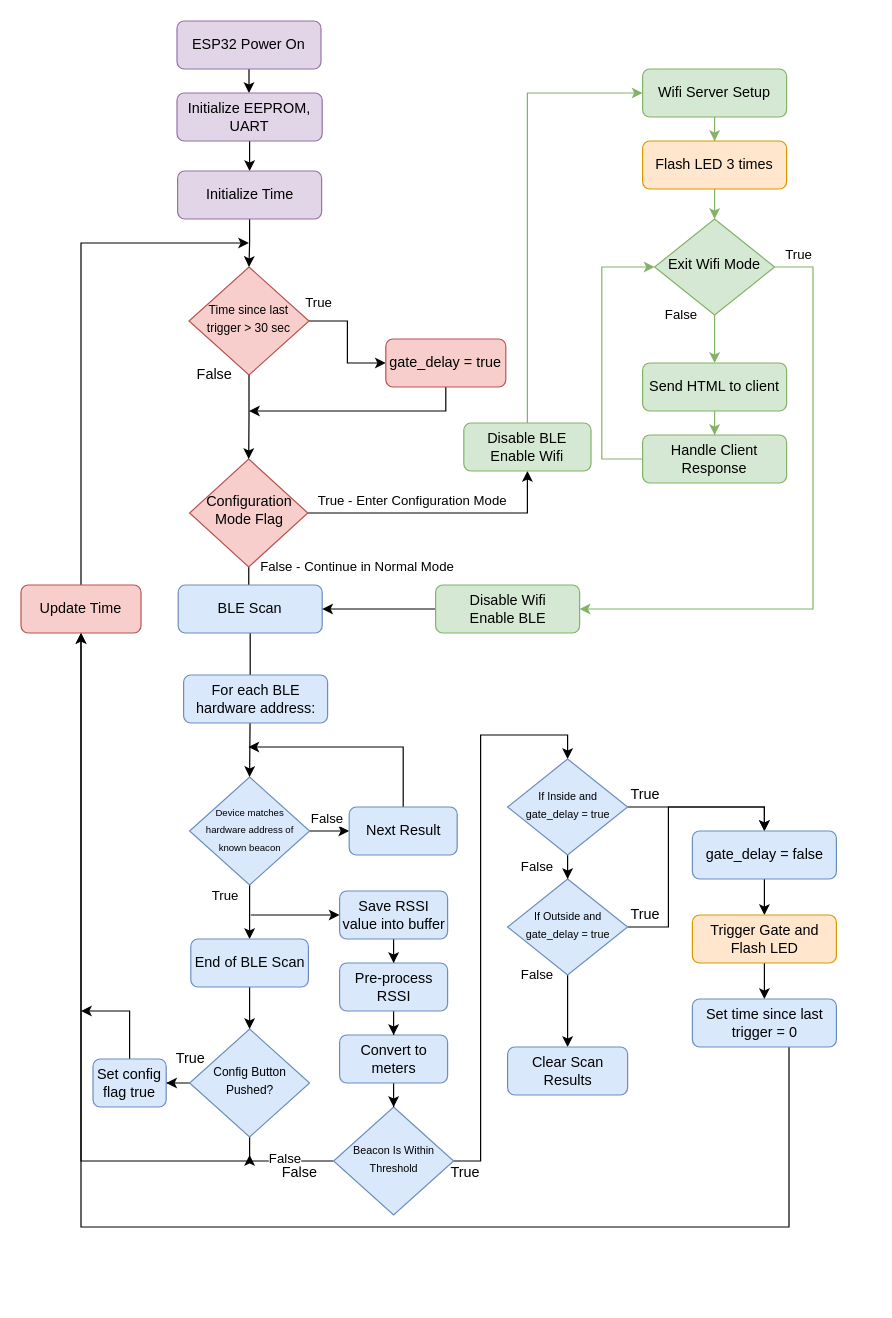
This is flow_diagrams/Untitled Diagram.drawio from adojang/Tarentaal_X, a draw.io file, before an edit. Source tidied: cells renumbered, new cells numbered last; positions are measured from the earlier drawing's top-left corner, leaving out a move shared by most shapes. Both pictures are drawn from the tidied source at 120%, with x=0, y=0 at pixel (20, 20).
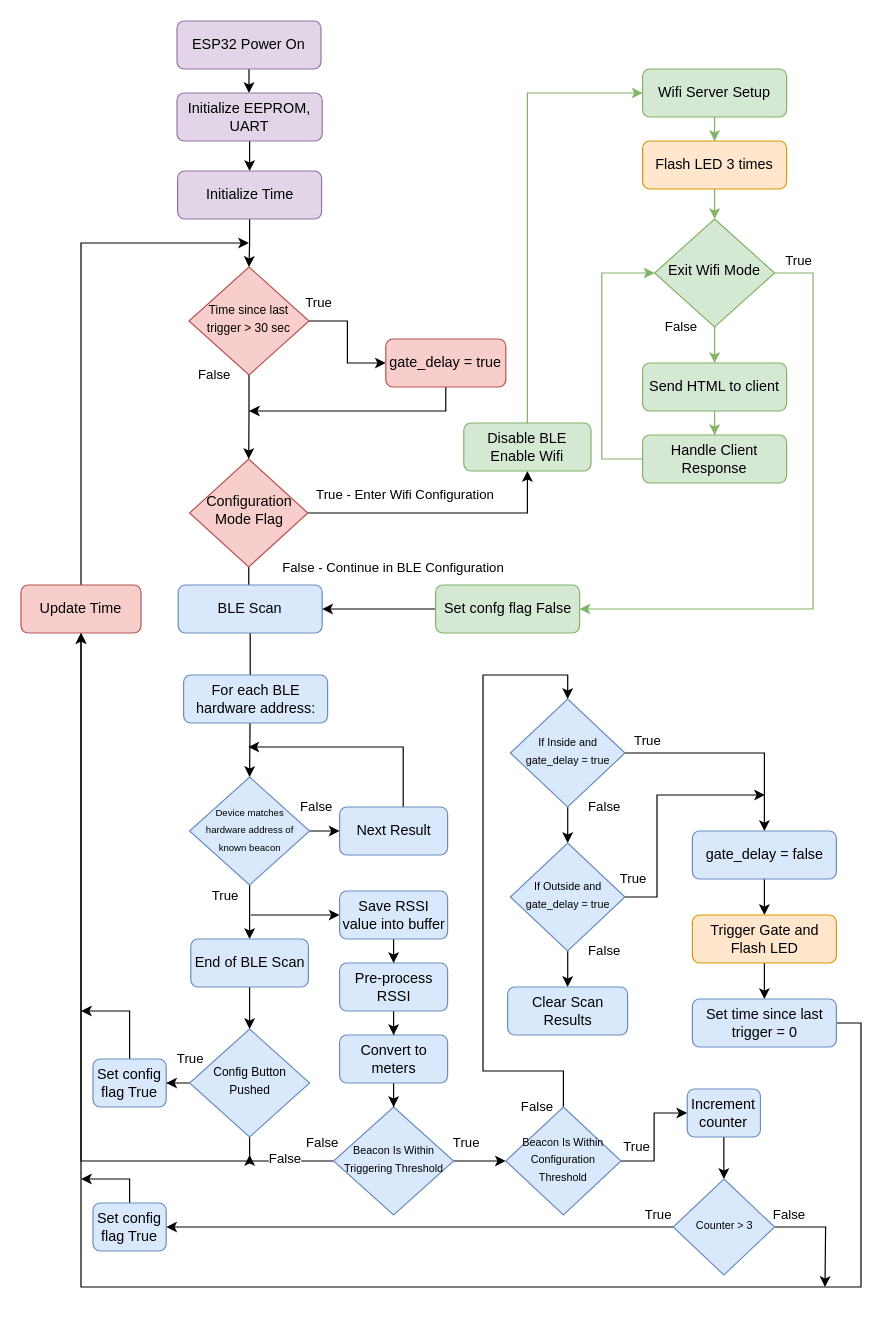
The same page after the edit.

Unchanged cells that the change refers to:
```xml
<mxCell id="6" value="Configuration Mode Flag" style="rhombus;whiteSpace=wrap;html=1;shadow=0;fontFamily=Helvetica;fontSize=12;align=center;strokeWidth=1;spacing=6;spacingTop=-4;fillColor=#f8cecc;strokeColor=#b85450;" parent="1" vertex="1">
  <mxGeometry x="140.5" y="365" width="98.5" height="90" as="geometry" />
</mxCell>
<mxCell id="9" value="&lt;font style=&quot;font-size: 8px&quot;&gt;Device matches hardware address of known beacon&lt;/font&gt;" style="rhombus;whiteSpace=wrap;html=1;shadow=0;fontFamily=Helvetica;fontSize=12;align=center;strokeWidth=1;spacing=6;spacingTop=-4;fillColor=#dae8fc;strokeColor=#6c8ebf;" parent="1" vertex="1">
  <mxGeometry x="140.5" y="630" width="100" height="90" as="geometry" />
</mxCell>
<mxCell id="11" value="BLE Scan" style="rounded=1;whiteSpace=wrap;html=1;fontSize=12;glass=0;strokeWidth=1;shadow=0;fillColor=#dae8fc;strokeColor=#6c8ebf;" parent="1" vertex="1">
  <mxGeometry x="131" y="470" width="120" height="40" as="geometry" />
</mxCell>
<mxCell id="16" value="&lt;span style=&quot;font-size: 10px&quot;&gt;Time since last trigger &amp;gt; 30 sec&lt;br&gt;&lt;/span&gt;" style="rhombus;whiteSpace=wrap;html=1;shadow=0;fontFamily=Helvetica;fontSize=12;align=center;strokeWidth=1;spacing=6;spacingTop=-4;fillColor=#f8cecc;strokeColor=#b85450;" parent="1" vertex="1">
  <mxGeometry x="140" y="205" width="100" height="90" as="geometry" />
</mxCell>
<mxCell id="20" value="Disable BLE&lt;br&gt;Enable Wifi" style="rounded=1;whiteSpace=wrap;html=1;fontSize=12;glass=0;strokeWidth=1;shadow=0;fillColor=#d5e8d4;strokeColor=#82b366;" parent="1" vertex="1">
  <mxGeometry x="369" y="335" width="106" height="40" as="geometry" />
</mxCell>
<mxCell id="42" value="gate_delay = false" style="rounded=1;whiteSpace=wrap;html=1;fontSize=12;glass=0;strokeWidth=1;shadow=0;fillColor=#dae8fc;strokeColor=#6c8ebf;" parent="1" vertex="1">
  <mxGeometry x="559.5" y="675" width="120" height="40" as="geometry" />
</mxCell>
<mxCell id="51" value="Handle Client Response" style="rounded=1;whiteSpace=wrap;html=1;fontSize=12;glass=0;strokeWidth=1;shadow=0;fillColor=#d5e8d4;strokeColor=#82b366;" parent="1" vertex="1">
  <mxGeometry x="518" y="345" width="120" height="40" as="geometry" />
</mxCell>
<mxCell id="68" value="Update Time" style="rounded=1;whiteSpace=wrap;html=1;fontSize=12;glass=0;strokeWidth=1;shadow=0;fillColor=#f8cecc;strokeColor=#b85450;" parent="1" vertex="1">
  <mxGeometry y="470" width="100" height="40" as="geometry" />
</mxCell>
<mxCell id="70" value="Set time since last trigger = 0" style="rounded=1;whiteSpace=wrap;html=1;fontSize=12;glass=0;strokeWidth=1;shadow=0;fillColor=#dae8fc;strokeColor=#6c8ebf;" parent="1" vertex="1">
  <mxGeometry x="559.5" y="815" width="120" height="40" as="geometry" />
</mxCell>
```

The edit, as a diff of the source:
```diff
@@
-    <mxCell id="4" value="False - Continue in Normal Mode" style="edgeStyle=orthogonalEdgeStyle;rounded=0;jettySize=auto;html=1;endArrow=classic;endFill=1;entryX=0.5;entryY=0;entryDx=0;entryDy=0;" parent="1" edge="1" source="6" target="11">
-      <mxGeometry x="1" y="-90" relative="1" as="geometry">
-        <mxPoint x="-1" y="-15" as="offset" />
+    <mxCell id="4" value="False - Continue in BLE Configuration" style="edgeStyle=orthogonalEdgeStyle;rounded=0;jettySize=auto;html=1;endArrow=classic;endFill=1;entryX=0.5;entryY=0;entryDx=0;entryDy=0;" parent="1" edge="1" source="6" target="11">
+      <mxGeometry x="1" y="-120" relative="1" as="geometry">
+        <mxPoint x="-1" y="-14" as="offset" />
       </mxGeometry>
     </mxCell>
-    <mxCell id="5" value="True - Enter Configuration Mode" style="edgeStyle=orthogonalEdgeStyle;rounded=0;jettySize=auto;html=1;endArrow=classic;endFill=1;" parent="1" edge="1" source="6" target="20">
-      <mxGeometry x="-0.2" y="10" relative="1" as="geometry">
+    <mxCell id="5" value="True - Enter Wifi Configuration" style="edgeStyle=orthogonalEdgeStyle;rounded=0;jettySize=auto;html=1;endArrow=classic;endFill=1;" parent="1" edge="1" source="6" target="20">
+      <mxGeometry x="-0.26" y="15" relative="1" as="geometry">
         <Array as="points">
           <mxPoint x="422" y="410" />
         </Array>
       </mxGeometry>
     </mxCell>
@@
     <mxCell id="7" value="False" style="edgeStyle=orthogonalEdgeStyle;rounded=0;jettySize=auto;html=1;entryX=0;entryY=0.5;entryDx=0;entryDy=0;endArrow=classic;endFill=1;" parent="1" edge="1" source="9" target="23">
-      <mxGeometry x="0.2" y="10" relative="1" as="geometry" />
+      <mxGeometry x="0.27" y="20" relative="1" as="geometry" />
     </mxCell>
@@
-    <mxCell id="15" value="False" style="edgeStyle=orthogonalEdgeStyle;rounded=0;sketch=0;jettySize=auto;html=1;entryX=0.5;entryY=0;entryDx=0;entryDy=0;shadow=0;fontSize=12;fontColor=#000000;startArrow=none;startFill=0;endArrow=classic;endFill=1;strokeColor=#000000;strokeWidth=1;" parent="1" edge="1" source="16" target="6">
+    <mxCell id="15" value="False" style="edgeStyle=orthogonalEdgeStyle;rounded=0;sketch=0;jettySize=auto;html=1;entryX=0.5;entryY=0;entryDx=0;entryDy=0;shadow=0;fontSize=11;fontColor=#000000;startArrow=none;startFill=0;endArrow=classic;endFill=1;strokeColor=#000000;strokeWidth=1;" parent="1" edge="1" source="16" target="6">
       <mxGeometry x="-1" y="-29" relative="1" as="geometry" />
     </mxCell>
@@
     <mxCell id="23" value="Next Result" style="rounded=1;whiteSpace=wrap;html=1;fontSize=12;glass=0;strokeWidth=1;shadow=0;fillColor=#dae8fc;strokeColor=#6c8ebf;" parent="1" vertex="1">
-      <mxGeometry x="273.5" y="655" width="90" height="40" as="geometry" />
+      <mxGeometry x="265.5" y="655" width="90" height="40" as="geometry" />
     </mxCell>
@@
-    <mxCell id="27" value="True" style="edgeStyle=orthogonalEdgeStyle;rounded=0;sketch=0;jettySize=auto;html=1;entryX=0.5;entryY=0;entryDx=0;entryDy=0;shadow=0;fontSize=12;fontColor=#000000;startArrow=none;startFill=0;endArrow=classic;endFill=1;strokeColor=#000000;strokeWidth=1;" parent="1" edge="1" source="29" target="37">
-      <mxGeometry x="-0.96" y="-10" relative="1" as="geometry" />
-    </mxCell>
-    <mxCell id="28" value="False" style="edgeStyle=orthogonalEdgeStyle;rounded=0;sketch=0;jettySize=auto;html=1;shadow=0;fontSize=12;fontColor=#000000;startArrow=none;startFill=0;endArrow=classic;endFill=1;strokeColor=#000000;strokeWidth=1;entryX=0.5;entryY=1;entryDx=0;entryDy=0;" parent="1" edge="1" source="29" target="68">
-      <mxGeometry x="-0.91" y="10" relative="1" as="geometry">
+    <mxCell id="28" value="False" style="edgeStyle=orthogonalEdgeStyle;rounded=0;sketch=0;jettySize=auto;html=1;shadow=0;fontSize=11;fontColor=#000000;startArrow=none;startFill=0;endArrow=classic;endFill=1;strokeColor=#000000;strokeWidth=1;entryX=0.5;entryY=1;entryDx=0;entryDy=0;" parent="1" edge="1" source="29" target="68">
+      <mxGeometry x="-0.97" y="-15" relative="1" as="geometry">
         <Array as="points">
           <mxPoint x="50" y="950" />
         </Array>
       </mxGeometry>
     </mxCell>
+    <mxCell id="71" value="True" style="edgeStyle=orthogonalEdgeStyle;rounded=0;jettySize=auto;html=1;entryX=0;entryY=0.5;entryDx=0;entryDy=0;" parent="1" edge="1" source="29" target="76">
+      <mxGeometry x="-0.56" y="15" relative="1" as="geometry" />
+    </mxCell>
-    <mxCell id="29" value="&lt;font style=&quot;font-size: 9px&quot;&gt;Beacon Is Within Threshold&lt;/font&gt;" style="rhombus;whiteSpace=wrap;html=1;shadow=0;fontFamily=Helvetica;fontSize=12;align=center;strokeWidth=1;spacing=6;spacingTop=-4;fillColor=#dae8fc;strokeColor=#6c8ebf;" parent="1" vertex="1">
+    <mxCell id="29" value="&lt;font style=&quot;font-size: 9px&quot;&gt;Beacon Is Within Triggering Threshold&lt;/font&gt;" style="rhombus;whiteSpace=wrap;html=1;shadow=0;fontFamily=Helvetica;fontSize=12;align=center;strokeWidth=1;spacing=6;spacingTop=-4;fillColor=#dae8fc;strokeColor=#6c8ebf;" parent="1" vertex="1">
       <mxGeometry x="260.5" y="905" width="100" height="90" as="geometry" />
     </mxCell>
-    <mxCell id="30" value="True" style="edgeStyle=orthogonalEdgeStyle;rounded=0;sketch=0;jettySize=auto;html=1;entryX=1;entryY=0.5;entryDx=0;entryDy=0;shadow=0;fontSize=12;fontColor=#000000;startArrow=none;startFill=0;endArrow=classic;endFill=1;strokeColor=#000000;strokeWidth=1;" parent="1" edge="1" source="32" target="34">
+    <mxCell id="30" value="True" style="edgeStyle=orthogonalEdgeStyle;rounded=0;sketch=0;jettySize=auto;html=1;entryX=1;entryY=0.5;entryDx=0;entryDy=0;shadow=0;fontSize=11;fontColor=#000000;startArrow=none;startFill=0;endArrow=classic;endFill=1;strokeColor=#000000;strokeWidth=1;" parent="1" edge="1" source="32" target="34">
       <mxGeometry x="0.37" y="-20" relative="1" as="geometry" />
     </mxCell>
@@
-    <mxCell id="32" value="&lt;font size=&quot;1&quot;&gt;Config Button Pushed?&lt;/font&gt;" style="rhombus;whiteSpace=wrap;html=1;shadow=0;fontFamily=Helvetica;fontSize=12;align=center;strokeWidth=1;spacing=6;spacingTop=-4;fillColor=#dae8fc;strokeColor=#6c8ebf;" parent="1" vertex="1">
+    <mxCell id="32" value="&lt;font size=&quot;1&quot;&gt;Config Button Pushed&lt;/font&gt;" style="rhombus;whiteSpace=wrap;html=1;shadow=0;fontFamily=Helvetica;fontSize=12;align=center;strokeWidth=1;spacing=6;spacingTop=-4;fillColor=#dae8fc;strokeColor=#6c8ebf;" parent="1" vertex="1">
       <mxGeometry x="140.5" y="840" width="100" height="90" as="geometry" />
     </mxCell>
@@
-    <mxCell id="34" value="Set config flag true" style="rounded=1;whiteSpace=wrap;html=1;fontSize=12;glass=0;strokeWidth=1;shadow=0;fillColor=#dae8fc;strokeColor=#6c8ebf;" parent="1" vertex="1">
+    <mxCell id="34" value="Set config flag True" style="rounded=1;whiteSpace=wrap;html=1;fontSize=12;glass=0;strokeWidth=1;shadow=0;fillColor=#dae8fc;strokeColor=#6c8ebf;" parent="1" vertex="1">
       <mxGeometry x="60" y="865" width="61" height="40" as="geometry" />
     </mxCell>
+    <mxCell id="36" value="True" style="edgeStyle=orthogonalEdgeStyle;rounded=0;sketch=0;jettySize=auto;html=1;entryX=0.5;entryY=0;entryDx=0;entryDy=0;shadow=0;fontSize=11;fontColor=#000000;startArrow=none;startFill=0;endArrow=classic;endFill=1;strokeColor=#000000;strokeWidth=1;" parent="1" edge="1" source="37" target="42">
+      <mxGeometry x="-0.79" y="10" relative="1" as="geometry" />
+    </mxCell>
-    <mxCell id="35" value="False" style="edgeStyle=orthogonalEdgeStyle;rounded=0;jettySize=auto;html=1;entryX=0.5;entryY=0;entryDx=0;entryDy=0;endArrow=classic;endFill=1;" parent="1" edge="1" source="37" target="40">
-      <mxGeometry x="0.67" y="-26" relative="1" as="geometry" />
+    <mxCell id="35" value="False" style="edgeStyle=orthogonalEdgeStyle;rounded=0;jettySize=auto;html=1;entryX=0.5;entryY=0;entryDx=0;entryDy=0;" parent="1" edge="1" source="37" target="40">
+      <mxGeometry x="-1" y="24" relative="1" as="geometry">
+        <mxPoint x="6" as="offset" />
+      </mxGeometry>
     </mxCell>
-    <mxCell id="36" value="True" style="edgeStyle=orthogonalEdgeStyle;rounded=0;sketch=0;jettySize=auto;html=1;entryX=0.5;entryY=0;entryDx=0;entryDy=0;shadow=0;fontSize=12;fontColor=#000000;startArrow=none;startFill=0;endArrow=classic;endFill=1;strokeColor=#000000;strokeWidth=1;" parent="1" edge="1" source="37" target="42">
-      <mxGeometry x="-0.79" y="10" relative="1" as="geometry" />
-    </mxCell>
     <mxCell id="37" value="&lt;font style=&quot;font-size: 9px&quot;&gt;If Inside and gate_delay = true&lt;/font&gt;" style="rhombus;whiteSpace=wrap;html=1;shadow=0;fontFamily=Helvetica;fontSize=12;align=center;strokeWidth=1;spacing=6;spacingTop=-4;fillColor=#dae8fc;strokeColor=#6c8ebf;" parent="1" vertex="1">
-      <mxGeometry x="405.5" y="615" width="100" height="80" as="geometry" />
+      <mxGeometry x="407.8" y="565" width="95.5" height="90" as="geometry" />
     </mxCell>
-    <mxCell id="38" value="False" style="edgeStyle=orthogonalEdgeStyle;rounded=0;jettySize=auto;html=1;exitX=0.5;exitY=1;exitDx=0;exitDy=0;endArrow=classic;endFill=1;" parent="1" edge="1" source="40">
-      <mxGeometry x="-1" y="-26" relative="1" as="geometry">
-        <mxPoint x="455.5" y="855" as="targetPoint" />
-      </mxGeometry>
-    </mxCell>
-    <mxCell id="39" value="True" style="edgeStyle=orthogonalEdgeStyle;rounded=0;sketch=0;jettySize=auto;html=1;entryX=0.5;entryY=0;entryDx=0;entryDy=0;shadow=0;fontSize=12;fontColor=#000000;startArrow=none;startFill=0;endArrow=classic;endFill=1;strokeColor=#000000;strokeWidth=1;" parent="1" edge="1" source="40" target="42">
-      <mxGeometry x="-0.88" y="10" relative="1" as="geometry">
-        <Array as="points">
-          <mxPoint x="539.5" y="755" />
-          <mxPoint x="539.5" y="655" />
-          <mxPoint x="619.5" y="655" />
-        </Array>
-      </mxGeometry>
-    </mxCell>
+    <mxCell id="72" value="False" style="edgeStyle=orthogonalEdgeStyle;rounded=0;jettySize=auto;html=1;entryX=0.5;entryY=0;entryDx=0;entryDy=0;" parent="1" edge="1" source="40" target="43">
+      <mxGeometry x="-1" y="24" relative="1" as="geometry">
+        <mxPoint x="6" as="offset" />
+      </mxGeometry>
+    </mxCell>
+    <mxCell id="73" value="True" style="edgeStyle=orthogonalEdgeStyle;rounded=0;jettySize=auto;html=1;" parent="1" edge="1" source="40">
+      <mxGeometry x="-0.93" y="15" relative="1" as="geometry">
+        <mxPoint x="620" y="645" as="targetPoint" />
+        <Array as="points">
+          <mxPoint x="530" y="730" />
+          <mxPoint x="530" y="645" />
+        </Array>
+      </mxGeometry>
+    </mxCell>
     <mxCell id="40" value="&lt;font style=&quot;font-size: 9px&quot;&gt;If Outside and gate_delay = true&lt;/font&gt;" style="rhombus;whiteSpace=wrap;html=1;shadow=0;fontFamily=Helvetica;fontSize=12;align=center;strokeWidth=1;spacing=6;spacingTop=-4;fillColor=#dae8fc;strokeColor=#6c8ebf;" parent="1" vertex="1">
-      <mxGeometry x="405.5" y="715" width="100" height="80" as="geometry" />
+      <mxGeometry x="407.8" y="685" width="95.5" height="90" as="geometry" />
     </mxCell>
@@
     <mxCell id="43" value="Clear Scan Results" style="rounded=1;whiteSpace=wrap;html=1;fontSize=12;glass=0;strokeWidth=1;shadow=0;fillColor=#dae8fc;strokeColor=#6c8ebf;" parent="1" vertex="1">
-      <mxGeometry x="405.5" y="855" width="100" height="40" as="geometry" />
+      <mxGeometry x="405.5" y="805" width="100" height="40" as="geometry" />
     </mxCell>
@@
-    <mxCell id="50" style="edgeStyle=orthogonalEdgeStyle;rounded=0;jettySize=auto;html=1;entryX=0;entryY=0.5;entryDx=0;entryDy=0;endArrow=classic;endFill=1;fillColor=#d5e8d4;strokeColor=#82b366;" parent="1" edge="1" source="51" target="54">
+    <mxCell id="50" style="edgeStyle=orthogonalEdgeStyle;rounded=0;jettySize=auto;html=1;endArrow=classic;endFill=1;fillColor=#d5e8d4;strokeColor=#82b366;entryX=0;entryY=0.5;entryDx=0;entryDy=0;" parent="1" edge="1" source="51" target="54">
       <mxGeometry relative="1" as="geometry">
         <Array as="points">
           <mxPoint x="484" y="365" />
-          <mxPoint x="484" y="205" />
+          <mxPoint x="484" y="210" />
         </Array>
       </mxGeometry>
     </mxCell>
@@
-    <mxCell id="53" value="True" style="edgeStyle=orthogonalEdgeStyle;rounded=0;jettySize=auto;html=1;entryX=1;entryY=0.5;entryDx=0;entryDy=0;endArrow=classic;endFill=1;exitX=1;exitY=0.5;exitDx=0;exitDy=0;fillColor=#d5e8d4;strokeColor=#82b366;" parent="1" edge="1" source="54" target="56">
+    <mxCell id="53" value="True" style="edgeStyle=orthogonalEdgeStyle;rounded=0;jettySize=auto;html=1;entryX=1;entryY=0.5;entryDx=0;entryDy=0;endArrow=classic;endFill=1;fillColor=#d5e8d4;strokeColor=#82b366;exitX=1;exitY=0.5;exitDx=0;exitDy=0;" parent="1" edge="1" source="54" target="56">
       <mxGeometry x="-0.92" y="10" relative="1" as="geometry">
         <Array as="points">
-          <mxPoint x="660" y="205" />
+          <mxPoint x="660" y="210" />
           <mxPoint x="660" y="490" />
         </Array>
       </mxGeometry>
     </mxCell>
     <mxCell id="54" value="Exit Wifi Mode" style="rhombus;whiteSpace=wrap;html=1;shadow=0;fontFamily=Helvetica;fontSize=12;align=center;strokeWidth=1;spacing=6;spacingTop=-4;fillColor=#d5e8d4;strokeColor=#82b366;" parent="1" vertex="1">
-      <mxGeometry x="528" y="165" width="100" height="80" as="geometry" />
+      <mxGeometry x="528" y="165" width="100" height="90" as="geometry" />
     </mxCell>
@@
-    <mxCell id="56" value="Disable Wifi&lt;br&gt;Enable BLE" style="rounded=1;whiteSpace=wrap;html=1;fontSize=12;glass=0;strokeWidth=1;shadow=0;fillColor=#d5e8d4;strokeColor=#82b366;" parent="1" vertex="1">
+    <mxCell id="56" value="Set confg flag False" style="rounded=1;whiteSpace=wrap;html=1;fontSize=12;glass=0;strokeWidth=1;shadow=0;fillColor=#d5e8d4;strokeColor=#82b366;" parent="1" vertex="1">
       <mxGeometry x="345.5" y="470" width="120" height="40" as="geometry" />
     </mxCell>
@@
-    <mxCell id="69" style="edgeStyle=orthogonalEdgeStyle;rounded=0;jettySize=auto;html=1;fontSize=11;endArrow=classic;endFill=1;startSize=8;endSize=6;sourcePerimeterSpacing=0;targetPerimeterSpacing=0;strokeColor=#030000;strokeWidth=1;entryX=0.5;entryY=1;entryDx=0;entryDy=0;" parent="1" edge="1" source="70" target="68">
+    <mxCell id="69" style="edgeStyle=orthogonalEdgeStyle;rounded=0;jettySize=auto;html=1;fontSize=11;endArrow=classic;endFill=1;startSize=8;endSize=6;sourcePerimeterSpacing=0;targetPerimeterSpacing=0;strokeColor=#030000;strokeWidth=1;entryX=0.5;entryY=1;entryDx=0;entryDy=0;exitX=1;exitY=0.5;exitDx=0;exitDy=0;" parent="1" edge="1" source="70" target="68">
       <mxGeometry relative="1" as="geometry">
         <Array as="points">
-          <mxPoint x="640" y="1005" />
-          <mxPoint x="50" y="1005" />
-          <mxPoint x="50" y="825" />
+          <mxPoint x="700" y="835" />
+          <mxPoint x="700" y="1055" />
+          <mxPoint x="50" y="1055" />
         </Array>
       </mxGeometry>
     </mxCell>
@@
+    <mxCell id="74" value="False" style="edgeStyle=orthogonalEdgeStyle;rounded=0;jettySize=auto;html=1;entryX=0.5;entryY=0;entryDx=0;entryDy=0;" parent="1" edge="1" source="76" target="37">
+      <mxGeometry x="-1" y="22" relative="1" as="geometry">
+        <Array as="points">
+          <mxPoint x="452" y="875" />
+          <mxPoint x="385" y="875" />
+          <mxPoint x="385" y="545" />
+          <mxPoint x="455" y="545" />
+        </Array>
+      </mxGeometry>
+    </mxCell>
+    <mxCell id="75" value="True" style="edgeStyle=orthogonalEdgeStyle;rounded=0;jettySize=auto;html=1;entryX=0;entryY=0.5;entryDx=0;entryDy=0;" parent="1" edge="1" source="76" target="78">
+      <mxGeometry x="-0.16" y="15" relative="1" as="geometry" />
+    </mxCell>
+    <mxCell id="76" value="&lt;font style=&quot;font-size: 9px&quot;&gt;Beacon Is Within Configuration Threshold&lt;/font&gt;" style="rhombus;whiteSpace=wrap;html=1;shadow=0;fontFamily=Helvetica;fontSize=12;align=center;strokeWidth=1;spacing=6;spacingTop=-4;fillColor=#dae8fc;strokeColor=#6c8ebf;" parent="1" vertex="1">
+      <mxGeometry x="404" y="905" width="96" height="90" as="geometry" />
+    </mxCell>
+    <mxCell id="77" style="edgeStyle=orthogonalEdgeStyle;rounded=0;jettySize=auto;html=1;entryX=0.5;entryY=0;entryDx=0;entryDy=0;" parent="1" edge="1" source="78" target="81">
+      <mxGeometry relative="1" as="geometry" />
+    </mxCell>
+    <mxCell id="78" value="Increment counter" style="rounded=1;whiteSpace=wrap;html=1;fontSize=12;glass=0;strokeWidth=1;shadow=0;fillColor=#dae8fc;strokeColor=#6c8ebf;" parent="1" vertex="1">
+      <mxGeometry x="555.2" y="890" width="61" height="40" as="geometry" />
+    </mxCell>
+    <mxCell id="79" value="True" style="edgeStyle=orthogonalEdgeStyle;rounded=0;jettySize=auto;html=1;entryX=1;entryY=0.5;entryDx=0;entryDy=0;" parent="1" edge="1" source="81" target="83">
+      <mxGeometry x="-0.94" y="-10" relative="1" as="geometry" />
+    </mxCell>
+    <mxCell id="80" value="False" style="edgeStyle=orthogonalEdgeStyle;rounded=0;jettySize=auto;html=1;" parent="1" edge="1" source="81">
+      <mxGeometry x="-0.74" y="10" relative="1" as="geometry">
+        <mxPoint x="670" y="1055" as="targetPoint" />
+      </mxGeometry>
+    </mxCell>
+    <mxCell id="81" value="&lt;font style=&quot;font-size: 9px&quot;&gt;Counter &amp;gt; 3&lt;/font&gt;" style="rhombus;whiteSpace=wrap;html=1;shadow=0;fontFamily=Helvetica;fontSize=12;align=center;strokeWidth=1;spacing=6;spacingTop=-4;fillColor=#dae8fc;strokeColor=#6c8ebf;" parent="1" vertex="1">
+      <mxGeometry x="543.5" y="965" width="84.5" height="80" as="geometry" />
+    </mxCell>
+    <mxCell id="82" style="edgeStyle=orthogonalEdgeStyle;rounded=0;jettySize=auto;html=1;fontSize=11;" parent="1" edge="1" source="83">
+      <mxGeometry relative="1" as="geometry">
+        <mxPoint x="50" y="965" as="targetPoint" />
+        <Array as="points">
+          <mxPoint x="91" y="965" />
+        </Array>
+      </mxGeometry>
+    </mxCell>
+    <mxCell id="83" value="Set config flag True" style="rounded=1;whiteSpace=wrap;html=1;fontSize=12;glass=0;strokeWidth=1;shadow=0;fillColor=#dae8fc;strokeColor=#6c8ebf;" parent="1" vertex="1">
+      <mxGeometry x="60" y="985" width="61" height="40" as="geometry" />
+    </mxCell>
```
